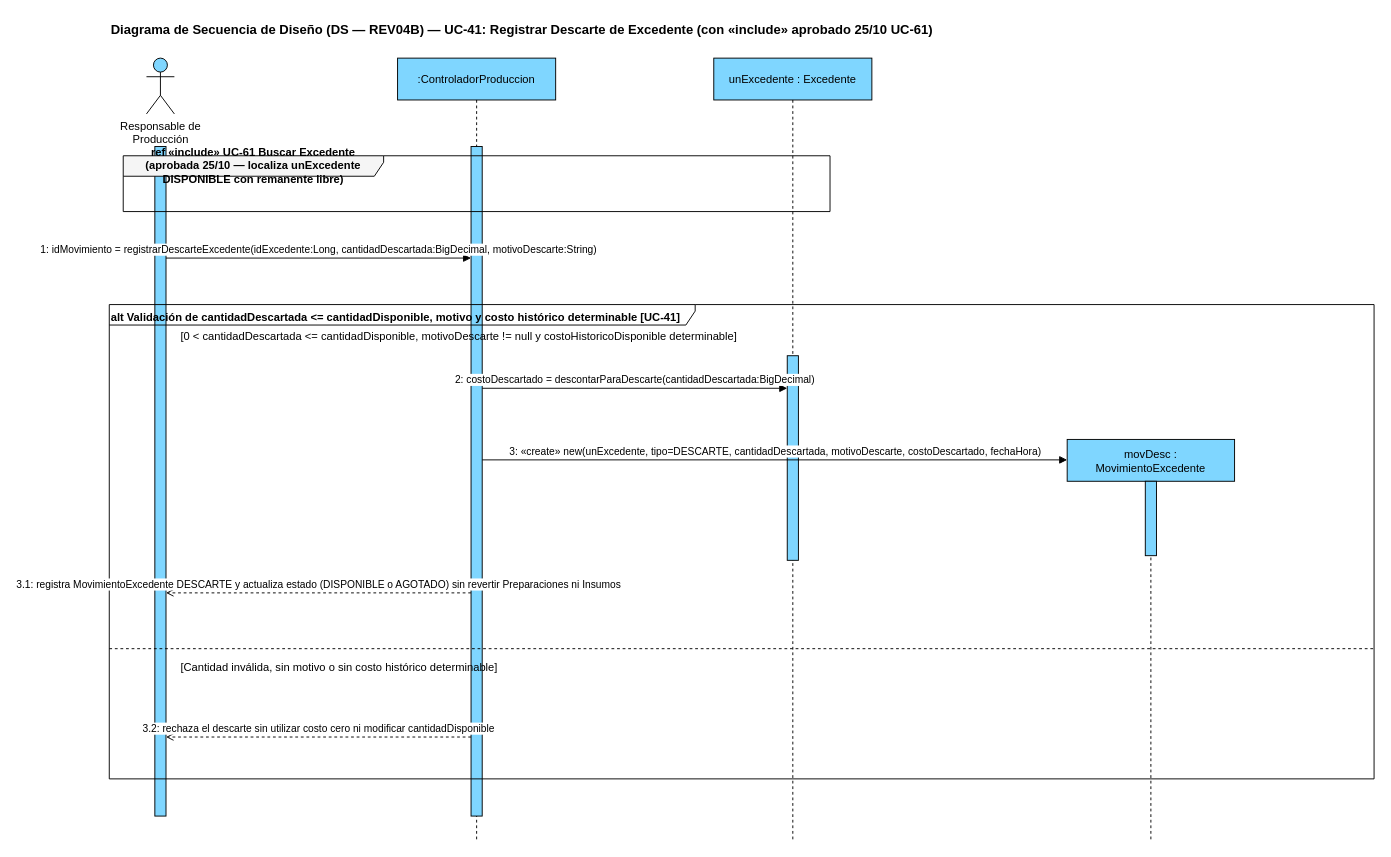
leandrito369/ale-milanesas keeps this draw.io diagram as page "DS UC-41 Registrar Descarte Excedente (REV04B)" (6 of 6) of docs/08-diagramas/revision/REV04_PEDIDOS_ENTREGAS/propuestos/DS_REV04B_CORREGIDO.drawio.xml. Above is the earlier version. Source tidied: cells renumbered, new cells numbered last; positions are measured from the earlier drawing's top-left corner, leaving out a move shared by most shapes. Both pictures are drawn from the tidied source at 93%, with x=0, y=0 at pixel (109, 16).
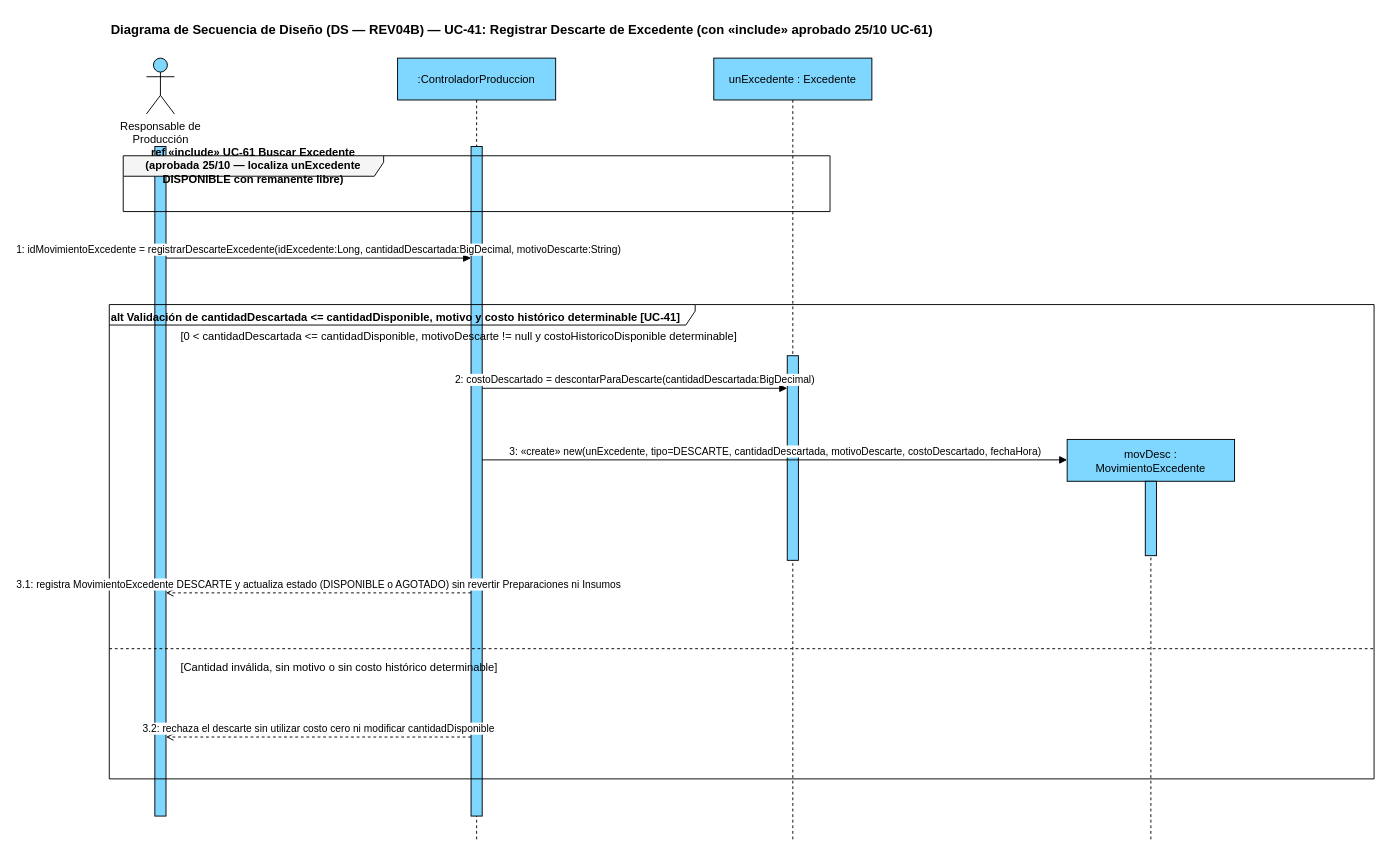
After the change.

Change to the diagram source:
```diff
@@
-    <mxCell id="15" value="1: idMovimiento = registrarDescarteExcedente(idExcedente:Long, cantidadDescartada:BigDecimal, motivoDescarte:String)" style="html=1;verticalAlign=bottom;endArrow=block;endFill=1;strokeColor=#000000;" parent="1" edge="1">
+    <mxCell id="15" value="1: idMovimientoExcedente = registrarDescarteExcedente(idExcedente:Long, cantidadDescartada:BigDecimal, motivoDescarte:String)" style="html=1;verticalAlign=bottom;endArrow=block;endFill=1;strokeColor=#000000;" parent="1" edge="1">
       <mxGeometry relative="1" as="geometry">
         <mxPoint x="61" y="260" as="sourcePoint" />
         <mxPoint x="389" y="260" as="targetPoint" />
       </mxGeometry>
     </mxCell>
```
